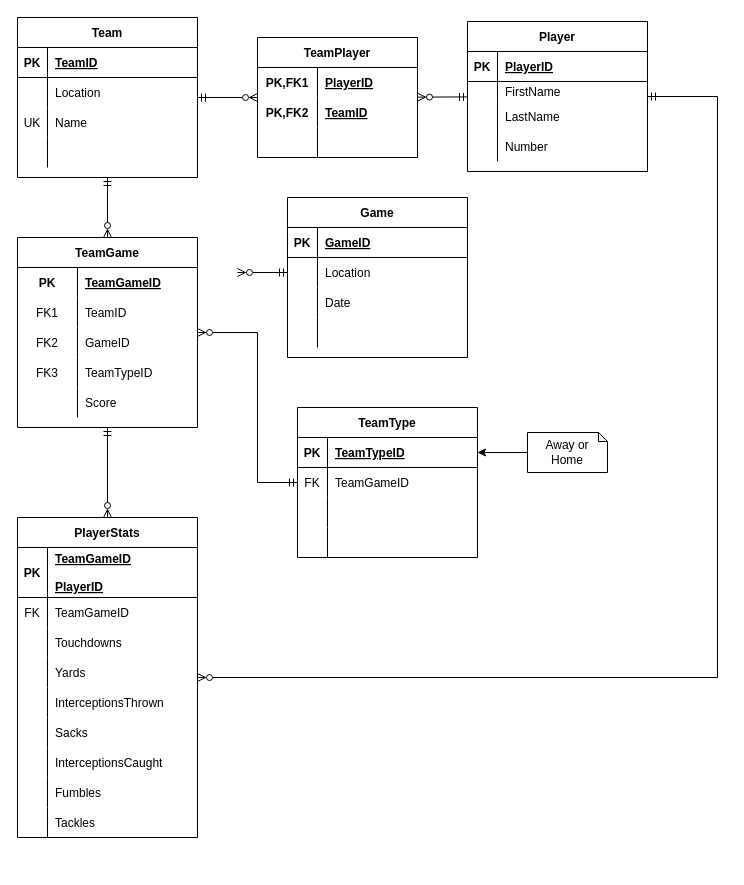
Before: DatabaseDiagram.drawio in isaacPetersonKSU/560GroupProject, a draw.io diagram. Source tidied: cells renumbered, new cells numbered last; positions are measured from the earlier drawing's top-left corner, leaving out a move shared by most shapes. Both pictures are drawn from the tidied source at 100%, with x=0, y=0 at pixel (17, 17).
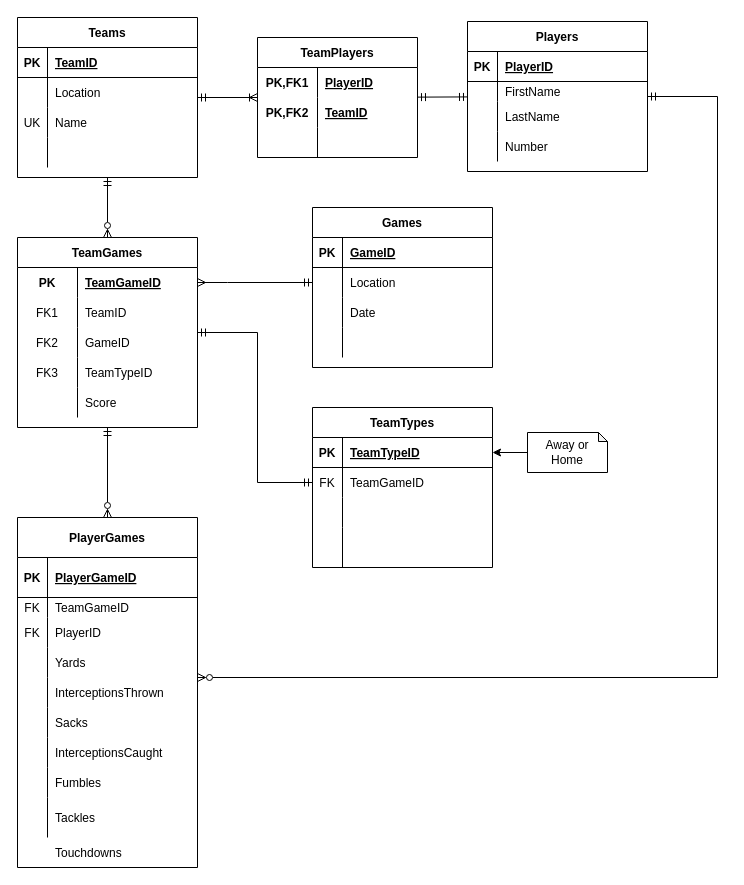
Above is the later version.

The change refers to these unchanged cells:
```xml
<mxCell id="75" style="shape=partialRectangle;fillColor=none;top=0;left=0;bottom=0;right=0;points=[[0,0.5],[1,0.5]];portConstraint=eastwest;align=center;" parent="71" vertex="1">
  <mxGeometry y="60" width="180" height="30" as="geometry" />
</mxCell>
```

Change to the diagram source:
```diff
@@
-    <mxCell id="2" style="rounded=0;jettySize=auto;html=1;startArrow=ERmandOne;startFill=0;endArrow=ERzeroToMany;endFill=0;" parent="1" edge="1" source="3" target="104">
+    <mxCell id="2" style="rounded=0;jettySize=auto;html=1;startArrow=ERmandOne;startFill=0;endArrow=ERoneToMany;endFill=0;" parent="1" edge="1" source="3" target="104">
       <mxGeometry relative="1" as="geometry" />
     </mxCell>
-    <mxCell id="3" value="Team" style="shape=table;startSize=30;childLayout=tableLayout;rowLines=0;fontStyle=1;align=center;" parent="1" vertex="1">
+    <mxCell id="3" value="Teams" style="shape=table;startSize=30;childLayout=tableLayout;rowLines=0;fontStyle=1;align=center;" parent="1" vertex="1">
       <mxGeometry width="180" height="160" as="geometry" />
     </mxCell>
@@
-    <mxCell id="16" value="Player" style="shape=table;startSize=30;childLayout=tableLayout;rowLines=0;fontStyle=1;align=center;" parent="1" vertex="1">
+    <mxCell id="16" value="Players" style="shape=table;startSize=30;childLayout=tableLayout;rowLines=0;fontStyle=1;align=center;" parent="1" vertex="1">
       <mxGeometry x="450" y="4" width="180" height="150" as="geometry" />
     </mxCell>
@@
-    <mxCell id="29" style="rounded=0;jettySize=auto;html=1;startArrow=ERmandOne;startFill=0;endArrow=ERzeroToMany;endFill=0;" parent="1" edge="1" source="16" target="104">
+    <mxCell id="29" style="rounded=0;jettySize=auto;html=1;startArrow=ERmandOne;startFill=0;endArrow=ERmandOne;endFill=0;" parent="1" edge="1" source="16" target="104">
       <mxGeometry relative="1" as="geometry" />
     </mxCell>
-    <mxCell id="30" value="TeamType" style="shape=table;startSize=30;childLayout=tableLayout;rowLines=0;fontStyle=1;align=center;" parent="1" vertex="1">
-      <mxGeometry x="280" y="390" width="180" height="150" as="geometry" />
+    <mxCell id="30" value="TeamTypes" style="shape=table;startSize=30;childLayout=tableLayout;rowLines=0;fontStyle=1;align=center;" parent="1" vertex="1">
+      <mxGeometry x="295" y="390" width="180" height="160" as="geometry" />
     </mxCell>
@@
     <mxCell id="40" style="shape=partialRectangle;fillColor=none;top=0;left=0;bottom=0;right=0;align=center;" parent="30" vertex="1">
-      <mxGeometry y="120" width="180" height="30" as="geometry" />
+      <mxGeometry y="120" width="180" height="40" as="geometry" />
     </mxCell>
     <mxCell id="41" style="shape=partialRectangle;fillColor=none;top=0;left=0;bottom=0;right=0;overflow=hidden;align=center;" parent="40" vertex="1">
-      <mxGeometry width="30" height="30" as="geometry" />
+      <mxGeometry width="30" height="40" as="geometry" />
     </mxCell>
     <mxCell id="42" style="shape=partialRectangle;fillColor=none;top=0;left=0;bottom=0;right=0;align=left;spacingLeft=6;overflow=hidden;" parent="40" vertex="1">
-      <mxGeometry x="30" width="150" height="30" as="geometry" />
+      <mxGeometry x="30" width="150" height="40" as="geometry" />
     </mxCell>
-    <mxCell id="43" value="PlayerStats" style="shape=table;startSize=30;childLayout=tableLayout;rowLines=0;fontStyle=1;align=center;" parent="1" vertex="1">
-      <mxGeometry y="500" width="180" height="320" as="geometry" />
+    <mxCell id="43" value="PlayerGames" style="shape=table;startSize=40;childLayout=tableLayout;rowLines=0;fontStyle=1;align=center;" parent="1" vertex="1">
+      <mxGeometry y="500" width="180" height="350" as="geometry" />
     </mxCell>
     <mxCell id="44" style="shape=partialRectangle;fillColor=none;top=0;left=0;bottom=1;right=0;align=center;" parent="43" vertex="1">
-      <mxGeometry y="30" width="180" height="50" as="geometry" />
+      <mxGeometry y="40" width="180" height="40" as="geometry" />
     </mxCell>
     <mxCell id="45" value="PK" style="shape=partialRectangle;fillColor=none;top=0;left=0;bottom=0;right=0;fontStyle=1;overflow=hidden;align=center;" parent="44" vertex="1">
-      <mxGeometry width="30" height="50" as="geometry" />
+      <mxGeometry width="30" height="40" as="geometry" />
     </mxCell>
-    <mxCell id="46" value="TeamGameID&#10;&#10;PlayerID" style="shape=partialRectangle;fillColor=none;top=0;left=0;bottom=0;right=0;align=left;spacingLeft=6;fontStyle=5;overflow=hidden;" parent="44" vertex="1">
-      <mxGeometry x="30" width="150" height="50" as="geometry" />
+    <mxCell id="46" value="PlayerGameID" style="shape=partialRectangle;fillColor=none;top=0;left=0;bottom=0;right=0;align=left;spacingLeft=6;fontStyle=5;overflow=hidden;" parent="44" vertex="1">
+      <mxGeometry x="30" width="150" height="40" as="geometry" />
     </mxCell>
     <mxCell id="47" style="shape=partialRectangle;fillColor=none;top=0;left=0;bottom=0;right=0;align=center;" parent="43" vertex="1">
-      <mxGeometry y="80" width="180" height="30" as="geometry" />
+      <mxGeometry y="80" width="180" height="20" as="geometry" />
     </mxCell>
     <mxCell id="48" value="FK" style="shape=partialRectangle;fillColor=none;top=0;left=0;bottom=0;right=0;overflow=hidden;align=center;" parent="47" vertex="1">
-      <mxGeometry width="30" height="30" as="geometry" />
+      <mxGeometry width="30" height="20" as="geometry" />
     </mxCell>
     <mxCell id="49" value="TeamGameID" style="shape=partialRectangle;fillColor=none;top=0;left=0;bottom=0;right=0;align=left;spacingLeft=6;overflow=hidden;" parent="47" vertex="1">
-      <mxGeometry x="30" width="150" height="30" as="geometry" />
+      <mxGeometry x="30" width="150" height="20" as="geometry" />
     </mxCell>
     <mxCell id="50" style="shape=partialRectangle;fillColor=none;top=0;left=0;bottom=0;right=0;align=center;" parent="43" vertex="1">
-      <mxGeometry y="110" width="180" height="30" as="geometry" />
+      <mxGeometry y="100" width="180" height="30" as="geometry" />
     </mxCell>
-    <mxCell id="51" style="shape=partialRectangle;fillColor=none;top=0;left=0;bottom=0;right=0;overflow=hidden;align=center;" parent="50" vertex="1">
+    <mxCell id="51" value="FK" style="shape=partialRectangle;fillColor=none;top=0;left=0;bottom=0;right=0;overflow=hidden;align=center;" parent="50" vertex="1">
       <mxGeometry width="30" height="30" as="geometry" />
     </mxCell>
-    <mxCell id="52" value="Touchdowns" style="shape=partialRectangle;fillColor=none;top=0;left=0;bottom=0;right=0;align=left;spacingLeft=6;overflow=hidden;" parent="50" vertex="1">
+    <mxCell id="52" value="PlayerID" style="shape=partialRectangle;fillColor=none;top=0;left=0;bottom=0;right=0;align=left;spacingLeft=6;overflow=hidden;" parent="50" vertex="1">
       <mxGeometry x="30" width="150" height="30" as="geometry" />
     </mxCell>
     <mxCell id="53" style="shape=partialRectangle;fillColor=none;top=0;left=0;bottom=0;right=0;align=center;" parent="43" vertex="1">
-      <mxGeometry y="140" width="180" height="30" as="geometry" />
+      <mxGeometry y="130" width="180" height="30" as="geometry" />
     </mxCell>
@@
     <mxCell id="56" style="shape=partialRectangle;fillColor=none;top=0;left=0;bottom=0;right=0;" parent="43" vertex="1">
-      <mxGeometry y="170" width="180" height="30" as="geometry" />
+      <mxGeometry y="160" width="180" height="30" as="geometry" />
     </mxCell>
@@
     <mxCell id="59" style="shape=partialRectangle;fillColor=none;top=0;left=0;bottom=0;right=0;" parent="43" vertex="1">
-      <mxGeometry y="200" width="180" height="30" as="geometry" />
+      <mxGeometry y="190" width="180" height="30" as="geometry" />
     </mxCell>
@@
     <mxCell id="62" style="shape=partialRectangle;fillColor=none;top=0;left=0;bottom=0;right=0;" parent="43" vertex="1">
-      <mxGeometry y="230" width="180" height="30" as="geometry" />
+      <mxGeometry y="220" width="180" height="30" as="geometry" />
     </mxCell>
@@
     <mxCell id="65" style="shape=partialRectangle;fillColor=none;top=0;left=0;bottom=0;right=0;" parent="43" vertex="1">
-      <mxGeometry y="260" width="180" height="30" as="geometry" />
+      <mxGeometry y="250" width="180" height="30" as="geometry" />
     </mxCell>
@@
     <mxCell id="68" style="shape=partialRectangle;fillColor=none;top=0;left=0;bottom=0;right=0;" parent="43" vertex="1">
-      <mxGeometry y="290" width="180" height="30" as="geometry" />
+      <mxGeometry y="280" width="180" height="40" as="geometry" />
     </mxCell>
     <mxCell id="69" style="shape=partialRectangle;fillColor=none;top=0;left=0;bottom=0;right=0;overflow=hidden;" parent="68" vertex="1">
-      <mxGeometry width="30" height="30" as="geometry" />
+      <mxGeometry width="30" height="40" as="geometry" />
     </mxCell>
     <mxCell id="70" value="Tackles" style="shape=partialRectangle;fillColor=none;top=0;left=0;bottom=0;right=0;align=left;spacingLeft=6;overflow=hidden;" parent="68" vertex="1">
-      <mxGeometry x="30" width="150" height="30" as="geometry" />
+      <mxGeometry x="30" width="150" height="40" as="geometry" />
     </mxCell>
-    <mxCell id="71" value="Game" style="shape=table;startSize=30;childLayout=tableLayout;rowLines=0;fontStyle=1;align=center;" parent="1" vertex="1">
-      <mxGeometry x="270" y="180" width="180" height="160" as="geometry" />
+    <mxCell id="71" value="Games" style="shape=table;startSize=30;childLayout=tableLayout;rowLines=0;fontStyle=1;align=center;" parent="1" vertex="1">
+      <mxGeometry x="295" y="190" width="180" height="160" as="geometry" />
     </mxCell>
@@
-    <mxCell id="84" style="edgeStyle=orthogonalEdgeStyle;rounded=0;jettySize=auto;html=1;startArrow=ERmandOne;startFill=0;endArrow=ERzeroToMany;endFill=0;" parent="1" edge="1" source="30" target="88">
+    <mxCell id="84" style="edgeStyle=orthogonalEdgeStyle;rounded=0;jettySize=auto;html=1;startArrow=ERmandOne;startFill=0;endArrow=ERmandOne;endFill=0;" parent="1" edge="1" source="30" target="88">
       <mxGeometry relative="1" as="geometry">
         <Array as="points">
           <mxPoint x="240" y="465" />
           <mxPoint x="240" y="315" />
         </Array>
       </mxGeometry>
     </mxCell>
-    <mxCell id="85" style="edgeStyle=orthogonalEdgeStyle;rounded=0;jettySize=auto;html=1;startArrow=ERmandOne;startFill=0;endArrow=ERzeroToMany;endFill=0;exitX=0;exitY=0.5;exitDx=0;exitDy=0;" parent="1" edge="1" source="75">
+    <mxCell id="85" style="edgeStyle=orthogonalEdgeStyle;rounded=0;jettySize=auto;html=1;startArrow=ERmandOne;startFill=0;endArrow=ERmany;endFill=0;exitX=0;exitY=0.5;exitDx=0;exitDy=0;" parent="1" edge="1" source="75" target="88">
       <mxGeometry relative="1" as="geometry">
-        <mxPoint x="220" y="255" as="targetPoint" />
+        <Array as="points">
+          <mxPoint x="210" y="265" />
+          <mxPoint x="210" y="265" />
+        </Array>
       </mxGeometry>
     </mxCell>
@@
-    <mxCell id="88" value="TeamGame" style="shape=table;startSize=30;childLayout=tableLayout;rowLines=0;fontStyle=1;align=center;" parent="1" vertex="1">
+    <mxCell id="88" value="TeamGames" style="shape=table;startSize=30;childLayout=tableLayout;rowLines=0;fontStyle=1;align=center;" parent="1" vertex="1">
       <mxGeometry y="220" width="180" height="190" as="geometry" />
     </mxCell>
@@
-    <mxCell id="104" value="TeamPlayer" style="shape=table;startSize=30;childLayout=tableLayout;rowLines=0;fontStyle=1;align=center;" parent="1" vertex="1">
+    <mxCell id="104" value="TeamPlayers" style="shape=table;startSize=30;childLayout=tableLayout;rowLines=0;fontStyle=1;align=center;" parent="1" vertex="1">
       <mxGeometry x="240" y="20" width="160" height="120" as="geometry" />
     </mxCell>
@@
+    <mxCell id="117" value="Touchdowns" style="shape=partialRectangle;fillColor=none;top=0;left=0;bottom=0;right=0;align=left;spacingLeft=6;overflow=hidden;" parent="1" vertex="1">
+      <mxGeometry x="30" y="820" width="150" height="30" as="geometry" />
+    </mxCell>
```
